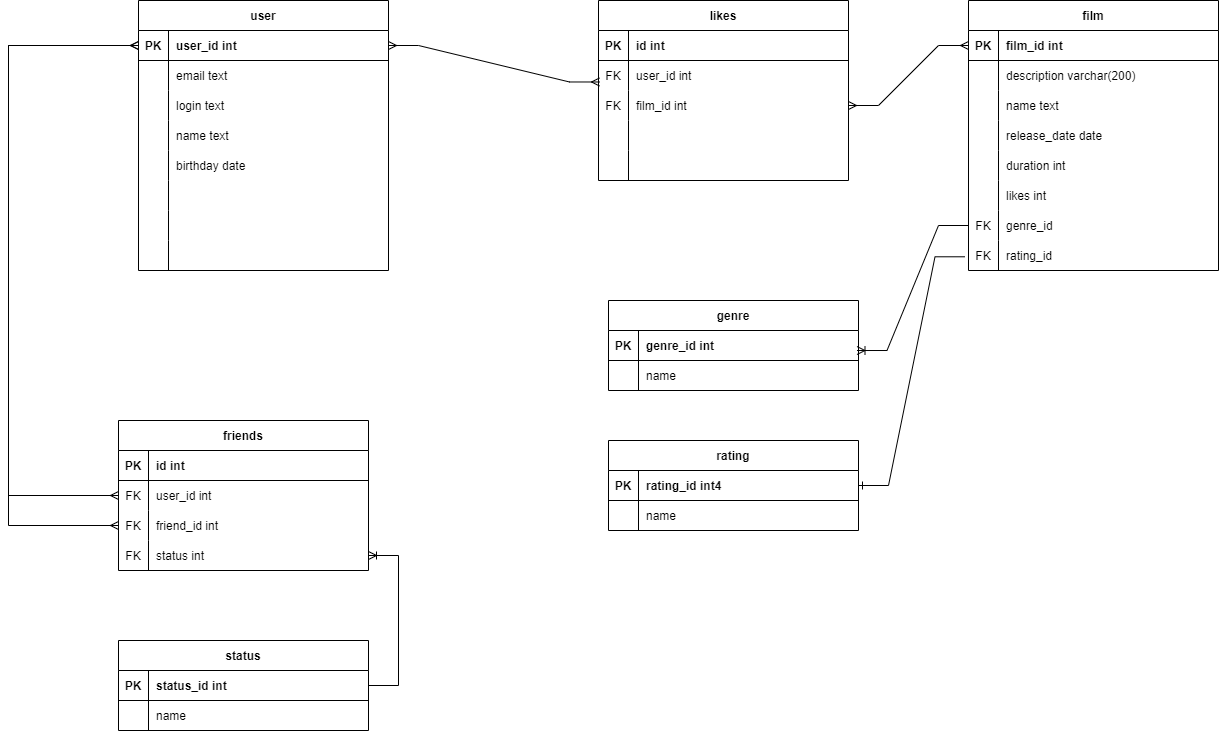
amartynsh/java-filmorate keeps this draw.io diagram as src/main/resources/java-filmorate_DB.png. Above is the earlier version. Source tidied: cells renumbered, new cells last; positions are measured from the earlier drawing's top-left corner, leaving out a move shared by most shapes.
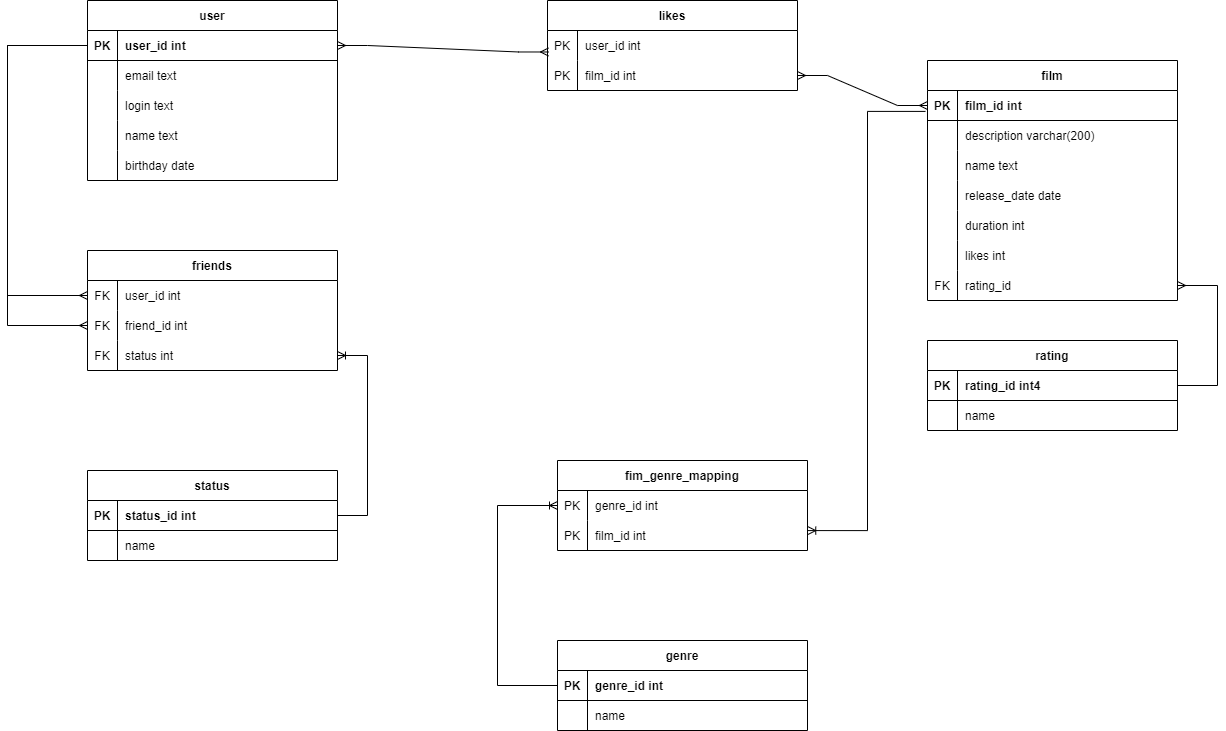
After the change.

Commit message:
Правки схемы по комментариям

Change to the diagram source:
```diff
@@ -3,7 +3,7 @@
     <mxCell id="0" />
     <mxCell id="1" parent="0" />
     <mxCell id="2" value="film" style="shape=table;startSize=30;rowLines=0;fontStyle=1;align=center;" parent="1" vertex="1">
-      <mxGeometry x="960" width="250" height="270" as="geometry" />
+      <mxGeometry x="960" width="250" height="240" as="geometry" />
     </mxCell>
     <mxCell id="3" style="shape=partialRectangle;fillColor=none;points=[[0,0.5],[1,0.5]];portConstraint=eastwest;top=0;left=0;right=0;bottom=1;" parent="2" vertex="1">
       <mxGeometry y="30" width="250" height="30" as="geometry" />
@@ -59,17 +59,8 @@
     <mxCell id="20" value="likes int" style="shape=partialRectangle;overflow=hidden;fillColor=none;top=0;left=0;bottom=0;right=0;align=left;spacingLeft=6;" parent="18" vertex="1">
       <mxGeometry x="30" width="220" height="30" as="geometry" />
     </mxCell>
-    <mxCell id="21" style="shape=partialRectangle;fillColor=none;points=[[0,0.5],[1,0.5]];portConstraint=eastwest;top=0;left=0;right=0;bottom=0;" parent="2" vertex="1">
-      <mxGeometry y="210" width="250" height="30" as="geometry" />
-    </mxCell>
-    <mxCell id="22" value="FK" style="shape=partialRectangle;overflow=hidden;fillColor=none;top=0;left=0;bottom=0;right=0;" parent="21" vertex="1">
-      <mxGeometry width="30" height="30" as="geometry" />
-    </mxCell>
-    <mxCell id="23" value="genre_id" style="shape=partialRectangle;overflow=hidden;fillColor=none;top=0;left=0;bottom=0;right=0;align=left;spacingLeft=6;fontStyle=0;" parent="21" vertex="1">
-      <mxGeometry x="30" width="220" height="30" as="geometry" />
-    </mxCell>
     <mxCell id="24" style="shape=partialRectangle;fillColor=none;points=[[0,0.5],[1,0.5]];portConstraint=eastwest;top=0;left=0;right=0;bottom=0;" parent="2" vertex="1">
-      <mxGeometry y="240" width="250" height="30" as="geometry" />
+      <mxGeometry y="210" width="250" height="30" as="geometry" />
     </mxCell>
     <mxCell id="25" value="FK" style="shape=partialRectangle;overflow=hidden;fillColor=none;top=0;left=0;bottom=0;right=0;" parent="24" vertex="1">
       <mxGeometry width="30" height="30" as="geometry" />
@@ -78,7 +69,7 @@
       <mxGeometry x="30" width="220" height="30" as="geometry" />
     </mxCell>
     <mxCell id="27" value="genre" style="shape=table;startSize=30;rowLines=0;fontStyle=1;align=center;" parent="1" vertex="1">
-      <mxGeometry x="600" y="300" width="250" height="90" as="geometry" />
+      <mxGeometry x="590" y="580" width="250" height="90" as="geometry" />
     </mxCell>
     <mxCell id="28" style="shape=partialRectangle;fillColor=none;points=[[0,0.5],[1,0.5]];portConstraint=eastwest;top=0;left=0;right=0;bottom=1;" parent="27" vertex="1">
       <mxGeometry y="30" width="250" height="30" as="geometry" />
@@ -99,7 +90,7 @@
       <mxGeometry x="30" width="220" height="30" as="geometry" />
     </mxCell>
     <mxCell id="34" value="rating" style="shape=table;startSize=30;rowLines=0;fontStyle=1;align=center;" parent="1" vertex="1">
-      <mxGeometry x="600" y="440" width="250" height="90" as="geometry" />
+      <mxGeometry x="960" y="280" width="250" height="90" as="geometry" />
     </mxCell>
     <mxCell id="35" style="shape=partialRectangle;fillColor=none;points=[[0,0.5],[1,0.5]];portConstraint=eastwest;top=0;left=0;right=0;bottom=1;" parent="34" vertex="1">
       <mxGeometry y="30" width="250" height="30" as="geometry" />
@@ -125,14 +116,23 @@
     <mxCell id="42" style="edgeStyle=entityRelationEdgeStyle;fontSize=12;html=1;endArrow=ERmany;startArrow=ERmany;rounded=0;" parent="1" edge="1" source="98" target="3">
       <mxGeometry relative="1" as="geometry" />
     </mxCell>
-    <mxCell id="43" style="edgeStyle=entityRelationEdgeStyle;fontSize=12;html=1;endArrow=ERoneToMany;rounded=0;exitX=0;exitY=0.5;exitDx=0;exitDy=0;entryX=0.994;entryY=0.667;entryDx=0;entryDy=0;entryPerimeter=0;" parent="1" edge="1" source="21" target="28">
-      <mxGeometry relative="1" as="geometry" />
+    <mxCell id="43" style="edgeStyle=orthogonalEdgeStyle;fontSize=12;html=1;endArrow=ERoneToMany;rounded=0;exitX=0;exitY=0.5;exitDx=0;exitDy=0;" parent="1" edge="1" source="28" target="111">
+      <mxGeometry relative="1" as="geometry">
+        <Array as="points">
+          <mxPoint x="530" y="625" />
+          <mxPoint x="530" y="445" />
+        </Array>
+      </mxGeometry>
     </mxCell>
-    <mxCell id="44" style="edgeStyle=entityRelationEdgeStyle;fontSize=12;html=1;endArrow=ERone;endFill=1;rounded=0;exitX=-0.014;exitY=0.543;exitDx=0;exitDy=0;exitPerimeter=0;" parent="1" edge="1" source="24" target="35">
-      <mxGeometry relative="1" as="geometry" />
+    <mxCell id="44" style="edgeStyle=elbowEdgeStyle;fontSize=12;html=1;endArrow=none;endFill=0;rounded=0;exitX=1;exitY=0.5;exitDx=0;exitDy=0;startArrow=ERmany;startFill=0;" parent="1" edge="1" source="24" target="35">
+      <mxGeometry relative="1" as="geometry">
+        <Array as="points">
+          <mxPoint x="1250" y="270" />
+        </Array>
+      </mxGeometry>
     </mxCell>
     <mxCell id="45" value="user" style="shape=table;startSize=30;rowLines=0;fontStyle=1;align=center;" parent="1" vertex="1">
-      <mxGeometry x="130" width="250" height="270" as="geometry" />
+      <mxGeometry x="120" y="-60" width="250" height="180" as="geometry" />
     </mxCell>
     <mxCell id="46" style="shape=partialRectangle;fillColor=none;points=[[0,0.5],[1,0.5]];portConstraint=eastwest;top=0;left=0;right=0;bottom=1;" parent="45" vertex="1">
       <mxGeometry y="30" width="250" height="30" as="geometry" />
@@ -179,38 +179,11 @@
     <mxCell id="60" value="birthday date" style="shape=partialRectangle;overflow=hidden;fillColor=none;top=0;left=0;bottom=0;right=0;align=left;spacingLeft=6;" parent="58" vertex="1">
       <mxGeometry x="30" width="220" height="30" as="geometry" />
     </mxCell>
-    <mxCell id="61" style="shape=partialRectangle;fillColor=none;top=0;left=0;right=0;bottom=0;" parent="45" vertex="1">
-      <mxGeometry y="180" width="250" height="30" as="geometry" />
-    </mxCell>
-    <mxCell id="62" style="shape=partialRectangle;overflow=hidden;fillColor=none;top=0;left=0;bottom=0;right=0;" parent="61" vertex="1">
-      <mxGeometry width="30" height="30" as="geometry" />
-    </mxCell>
-    <mxCell id="63" style="shape=partialRectangle;overflow=hidden;fillColor=none;top=0;left=0;bottom=0;right=0;align=left;spacingLeft=6;" parent="61" vertex="1">
-      <mxGeometry x="30" width="220" height="30" as="geometry" />
-    </mxCell>
-    <mxCell id="64" style="shape=partialRectangle;fillColor=none;top=0;left=0;right=0;bottom=0;" parent="45" vertex="1">
-      <mxGeometry y="210" width="250" height="30" as="geometry" />
-    </mxCell>
-    <mxCell id="65" style="shape=partialRectangle;overflow=hidden;fillColor=none;top=0;left=0;bottom=0;right=0;" parent="64" vertex="1">
-      <mxGeometry width="30" height="30" as="geometry" />
-    </mxCell>
-    <mxCell id="66" style="shape=partialRectangle;overflow=hidden;fillColor=none;top=0;left=0;bottom=0;right=0;align=left;spacingLeft=6;fontStyle=0;" parent="64" vertex="1">
-      <mxGeometry x="30" width="220" height="30" as="geometry" />
-    </mxCell>
-    <mxCell id="67" style="shape=partialRectangle;fillColor=none;top=0;left=0;right=0;bottom=0;" parent="45" vertex="1">
-      <mxGeometry y="240" width="250" height="30" as="geometry" />
-    </mxCell>
-    <mxCell id="68" style="shape=partialRectangle;overflow=hidden;fillColor=none;top=0;left=0;bottom=0;right=0;" parent="67" vertex="1">
-      <mxGeometry width="30" height="30" as="geometry" />
-    </mxCell>
-    <mxCell id="69" style="shape=partialRectangle;overflow=hidden;fillColor=none;top=0;left=0;bottom=0;right=0;align=left;spacingLeft=6;fontStyle=0;" parent="67" vertex="1">
-      <mxGeometry x="30" width="220" height="30" as="geometry" />
-    </mxCell>
     <mxCell id="70" style="edgeStyle=entityRelationEdgeStyle;fontSize=12;html=1;endArrow=ERmany;startArrow=ERmany;rounded=0;entryX=0.004;entryY=0.716;entryDx=0;entryDy=0;entryPerimeter=0;" parent="1" edge="1" source="46" target="95">
       <mxGeometry relative="1" as="geometry" />
     </mxCell>
     <mxCell id="71" value="status" style="shape=table;startSize=30;rowLines=0;fontStyle=1;align=center;" parent="1" vertex="1">
-      <mxGeometry x="110" y="640" width="250" height="90" as="geometry" />
+      <mxGeometry x="120" y="410" width="250" height="90" as="geometry" />
     </mxCell>
     <mxCell id="72" style="shape=partialRectangle;fillColor=none;points=[[0,0.5],[1,0.5]];portConstraint=eastwest;top=0;left=0;right=0;bottom=1;" parent="71" vertex="1">
       <mxGeometry y="30" width="250" height="30" as="geometry" />
@@ -231,19 +204,10 @@
       <mxGeometry x="30" width="220" height="30" as="geometry" />
     </mxCell>
     <mxCell id="78" value="friends" style="shape=table;startSize=30;rowLines=0;fontStyle=1;align=center;" parent="1" vertex="1">
-      <mxGeometry x="110" y="420" width="250" height="150" as="geometry" />
+      <mxGeometry x="120" y="190" width="250" height="120" as="geometry" />
     </mxCell>
-    <mxCell id="79" style="shape=partialRectangle;fillColor=none;top=0;left=0;right=0;bottom=1;" parent="78" vertex="1">
-      <mxGeometry y="30" width="250" height="30" as="geometry" />
-    </mxCell>
-    <mxCell id="80" value="PK" style="shape=partialRectangle;overflow=hidden;fillColor=none;top=0;left=0;bottom=0;right=0;fontStyle=1;" parent="79" vertex="1">
-      <mxGeometry width="30" height="30" as="geometry" />
-    </mxCell>
-    <mxCell id="81" value="id int" style="shape=partialRectangle;overflow=hidden;fillColor=none;top=0;left=0;bottom=0;right=0;align=left;spacingLeft=6;fontStyle=1;" parent="79" vertex="1">
-      <mxGeometry x="30" width="220" height="30" as="geometry" />
-    </mxCell>
     <mxCell id="82" style="shape=partialRectangle;fillColor=none;points=[[0,0.5],[1,0.5]];portConstraint=eastwest;top=0;left=0;right=0;bottom=0;" parent="78" vertex="1">
-      <mxGeometry y="60" width="250" height="30" as="geometry" />
+      <mxGeometry y="30" width="250" height="30" as="geometry" />
     </mxCell>
     <mxCell id="83" value="FK" style="shape=partialRectangle;overflow=hidden;fillColor=none;top=0;left=0;bottom=0;right=0;" parent="82" vertex="1">
       <mxGeometry width="30" height="30" as="geometry" />
@@ -252,7 +216,7 @@
       <mxGeometry x="30" width="220" height="30" as="geometry" />
     </mxCell>
     <mxCell id="85" style="shape=partialRectangle;fillColor=none;points=[[0,0.5],[1,0.5]];portConstraint=eastwest;top=0;left=0;right=0;bottom=0;" parent="78" vertex="1">
-      <mxGeometry y="90" width="250" height="30" as="geometry" />
+      <mxGeometry y="60" width="250" height="30" as="geometry" />
     </mxCell>
     <mxCell id="86" value="FK" style="shape=partialRectangle;overflow=hidden;fillColor=none;top=0;left=0;bottom=0;right=0;" parent="85" vertex="1">
       <mxGeometry width="30" height="30" as="geometry" />
@@ -261,7 +225,7 @@
       <mxGeometry x="30" width="220" height="30" as="geometry" />
     </mxCell>
     <mxCell id="88" style="shape=partialRectangle;fillColor=none;points=[[0,0.5],[1,0.5]];portConstraint=eastwest;top=0;left=0;right=0;bottom=0;" parent="78" vertex="1">
-      <mxGeometry y="120" width="250" height="30" as="geometry" />
+      <mxGeometry y="90" width="250" height="30" as="geometry" />
     </mxCell>
     <mxCell id="89" value="FK" style="shape=partialRectangle;overflow=hidden;fillColor=none;top=0;left=0;bottom=0;right=0;" parent="88" vertex="1">
       <mxGeometry width="30" height="30" as="geometry" />
@@ -270,71 +234,66 @@
       <mxGeometry x="30" width="220" height="30" as="geometry" />
     </mxCell>
     <mxCell id="91" value="likes" style="shape=table;startSize=30;rowLines=0;fontStyle=1;align=center;" parent="1" vertex="1">
-      <mxGeometry x="590" width="250" height="180" as="geometry" />
+      <mxGeometry x="580" y="-60" width="250" height="90" as="geometry" />
     </mxCell>
-    <mxCell id="92" style="shape=partialRectangle;fillColor=none;top=0;left=0;right=0;bottom=1;" parent="91" vertex="1">
-      <mxGeometry y="30" width="250" height="30" as="geometry" />
-    </mxCell>
-    <mxCell id="93" value="PK" style="shape=partialRectangle;overflow=hidden;fillColor=none;top=0;left=0;bottom=0;right=0;fontStyle=1;" parent="92" vertex="1">
-      <mxGeometry width="30" height="30" as="geometry" />
-    </mxCell>
-    <mxCell id="94" value="id int" style="shape=partialRectangle;overflow=hidden;fillColor=none;top=0;left=0;bottom=0;right=0;align=left;spacingLeft=6;fontStyle=1;" parent="92" vertex="1">
-      <mxGeometry x="30" width="220" height="30" as="geometry" />
-    </mxCell>
     <mxCell id="95" style="shape=partialRectangle;fillColor=none;points=[[0,0.5],[1,0.5]];portConstraint=eastwest;top=0;left=0;right=0;bottom=0;" parent="91" vertex="1">
-      <mxGeometry y="60" width="250" height="30" as="geometry" />
+      <mxGeometry y="30" width="250" height="30" as="geometry" />
     </mxCell>
-    <mxCell id="96" value="FK" style="shape=partialRectangle;overflow=hidden;fillColor=none;top=0;left=0;bottom=0;right=0;" parent="95" vertex="1">
+    <mxCell id="96" value="PK" style="shape=partialRectangle;overflow=hidden;fillColor=none;top=0;left=0;bottom=0;right=0;" parent="95" vertex="1">
       <mxGeometry width="30" height="30" as="geometry" />
     </mxCell>
     <mxCell id="97" value="user_id int" style="shape=partialRectangle;overflow=hidden;fillColor=none;top=0;left=0;bottom=0;right=0;align=left;spacingLeft=6;" parent="95" vertex="1">
       <mxGeometry x="30" width="220" height="30" as="geometry" />
     </mxCell>
     <mxCell id="98" style="shape=partialRectangle;fillColor=none;points=[[0,0.5],[1,0.5]];portConstraint=eastwest;top=0;left=0;right=0;bottom=0;" parent="91" vertex="1">
-      <mxGeometry y="90" width="250" height="30" as="geometry" />
+      <mxGeometry y="60" width="250" height="30" as="geometry" />
     </mxCell>
-    <mxCell id="99" value="FK" style="shape=partialRectangle;overflow=hidden;fillColor=none;top=0;left=0;bottom=0;right=0;" parent="98" vertex="1">
+    <mxCell id="99" value="PK" style="shape=partialRectangle;overflow=hidden;fillColor=none;top=0;left=0;bottom=0;right=0;" parent="98" vertex="1">
       <mxGeometry width="30" height="30" as="geometry" />
     </mxCell>
     <mxCell id="100" value="film_id int" style="shape=partialRectangle;overflow=hidden;fillColor=none;top=0;left=0;bottom=0;right=0;align=left;spacingLeft=6;" parent="98" vertex="1">
       <mxGeometry x="30" width="220" height="30" as="geometry" />
     </mxCell>
-    <mxCell id="101" style="shape=partialRectangle;fillColor=none;top=0;left=0;right=0;bottom=0;" parent="91" vertex="1">
-      <mxGeometry y="120" width="250" height="30" as="geometry" />
-    </mxCell>
-    <mxCell id="102" style="shape=partialRectangle;overflow=hidden;fillColor=none;top=0;left=0;bottom=0;right=0;" parent="101" vertex="1">
-      <mxGeometry width="30" height="30" as="geometry" />
-    </mxCell>
-    <mxCell id="103" style="shape=partialRectangle;overflow=hidden;fillColor=none;top=0;left=0;bottom=0;right=0;align=left;spacingLeft=6;" parent="101" vertex="1">
-      <mxGeometry x="30" width="220" height="30" as="geometry" />
-    </mxCell>
-    <mxCell id="104" style="shape=partialRectangle;fillColor=none;top=0;left=0;right=0;bottom=0;" parent="91" vertex="1">
-      <mxGeometry y="150" width="250" height="30" as="geometry" />
-    </mxCell>
-    <mxCell id="105" style="shape=partialRectangle;overflow=hidden;fillColor=none;top=0;left=0;bottom=0;right=0;" parent="104" vertex="1">
-      <mxGeometry width="30" height="30" as="geometry" />
-    </mxCell>
-    <mxCell id="106" style="shape=partialRectangle;overflow=hidden;fillColor=none;top=0;left=0;bottom=0;right=0;align=left;spacingLeft=6;" parent="104" vertex="1">
-      <mxGeometry x="30" width="220" height="30" as="geometry" />
-    </mxCell>
-    <mxCell id="107" style="edgeStyle=orthogonalEdgeStyle;fontSize=12;html=1;endArrow=ERmany;startArrow=ERmany;rounded=0;exitX=0;exitY=0.5;exitDx=0;exitDy=0;" parent="1" edge="1" source="46" target="82">
+    <mxCell id="107" style="edgeStyle=elbowEdgeStyle;fontSize=12;html=1;endArrow=ERmany;startArrow=none;rounded=0;exitX=0;exitY=0.5;exitDx=0;exitDy=0;startFill=0;" parent="1" edge="1" source="46" target="82">
       <mxGeometry relative="1" as="geometry">
         <Array as="points">
-          <mxPoint y="45" />
-          <mxPoint y="495" />
+          <mxPoint x="40" y="160" />
         </Array>
       </mxGeometry>
     </mxCell>
-    <mxCell id="108" style="edgeStyle=orthogonalEdgeStyle;fontSize=12;html=1;endArrow=ERmany;startArrow=ERmany;rounded=0;exitX=0;exitY=0.5;exitDx=0;exitDy=0;entryX=0;entryY=0.5;entryDx=0;entryDy=0;" parent="1" edge="1" source="46" target="85">
+    <mxCell id="108" style="edgeStyle=elbowEdgeStyle;fontSize=12;html=1;endArrow=ERmany;startArrow=none;rounded=0;exitX=0;exitY=0.5;exitDx=0;exitDy=0;entryX=0;entryY=0.5;entryDx=0;entryDy=0;startFill=0;" parent="1" edge="1" source="46" target="85">
       <mxGeometry relative="1" as="geometry">
         <Array as="points">
-          <mxPoint y="45" />
-          <mxPoint y="525" />
+          <mxPoint x="40" y="150" />
         </Array>
       </mxGeometry>
     </mxCell>
     <mxCell id="109" style="edgeStyle=entityRelationEdgeStyle;fontSize=12;html=1;endArrow=ERoneToMany;rounded=0;exitX=1;exitY=0.5;exitDx=0;exitDy=0;" parent="1" edge="1" source="72" target="88">
       <mxGeometry relative="1" as="geometry" />
     </mxCell>
+    <mxCell id="110" value="fim_genre_mapping" style="shape=table;startSize=30;rowLines=0;fontStyle=1;align=center;" parent="1" vertex="1">
+      <mxGeometry x="590" y="400" width="250" height="90" as="geometry" />
+    </mxCell>
+    <mxCell id="111" style="shape=partialRectangle;fillColor=none;points=[[0,0.5],[1,0.5]];portConstraint=eastwest;top=0;left=0;right=0;bottom=0;" parent="110" vertex="1">
+      <mxGeometry y="30" width="250" height="30" as="geometry" />
+    </mxCell>
+    <mxCell id="112" value="PK" style="shape=partialRectangle;overflow=hidden;fillColor=none;top=0;left=0;bottom=0;right=0;" parent="111" vertex="1">
+      <mxGeometry width="30" height="30" as="geometry" />
+    </mxCell>
+    <mxCell id="113" value="genre_id int" style="shape=partialRectangle;overflow=hidden;fillColor=none;top=0;left=0;bottom=0;right=0;align=left;spacingLeft=6;" parent="111" vertex="1">
+      <mxGeometry x="30" width="220" height="30" as="geometry" />
+    </mxCell>
+    <mxCell id="114" style="shape=partialRectangle;fillColor=none;points=[[0,0.5],[1,0.5]];portConstraint=eastwest;top=0;left=0;right=0;bottom=0;" parent="110" vertex="1">
+      <mxGeometry y="60" width="250" height="30" as="geometry" />
+    </mxCell>
+    <mxCell id="115" value="PK" style="shape=partialRectangle;overflow=hidden;fillColor=none;top=0;left=0;bottom=0;right=0;" parent="114" vertex="1">
+      <mxGeometry width="30" height="30" as="geometry" />
+    </mxCell>
+    <mxCell id="116" value="film_id int" style="shape=partialRectangle;overflow=hidden;fillColor=none;top=0;left=0;bottom=0;right=0;align=left;spacingLeft=6;fontStyle=0;" parent="114" vertex="1">
+      <mxGeometry x="30" width="220" height="30" as="geometry" />
+    </mxCell>
+    <mxCell id="117" style="edgeStyle=orthogonalEdgeStyle;fontSize=12;html=1;endArrow=ERoneToMany;rounded=0;exitX=-0.008;exitY=0.697;exitDx=0;exitDy=0;entryX=1.001;entryY=0.336;entryDx=0;entryDy=0;entryPerimeter=0;exitPerimeter=0;" parent="1" edge="1" source="3" target="114">
+      <mxGeometry relative="1" as="geometry" />
+    </mxCell>
   </root>
 </mxGraphModel>
```
